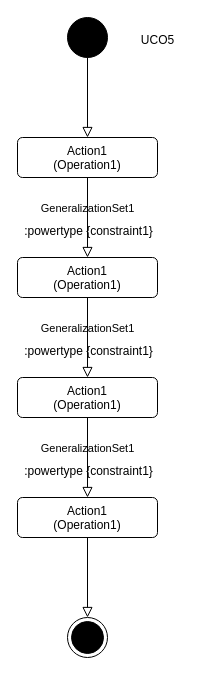
This is Case 5.drawio from AbdulmoizTalpur/Tutorial-week-3, a draw.io file, before an edit. Source tidied: cells renumbered, new cells numbered last; positions are measured from the earlier drawing's top-left corner, leaving out a move shared by most shapes. Both pictures are drawn from the tidied source at 100%, with x=0, y=0 at pixel (17, 17).
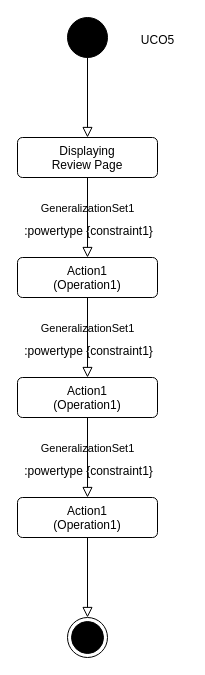
After the change.

What changed in the source:
```diff
@@
-    <mxCell id="18" value="Action1&lt;br&gt;(Operation1)" style="html=1;align=center;verticalAlign=top;rounded=1;absoluteArcSize=1;arcSize=10;dashed=0;whiteSpace=wrap;" parent="1" vertex="1">
+    <mxCell id="18" value="Displaying&lt;div&gt;Review Page&lt;/div&gt;" style="html=1;align=center;verticalAlign=top;rounded=1;absoluteArcSize=1;arcSize=10;dashed=0;whiteSpace=wrap;" parent="1" vertex="1">
       <mxGeometry y="120" width="140" height="40" as="geometry" />
     </mxCell>
```
